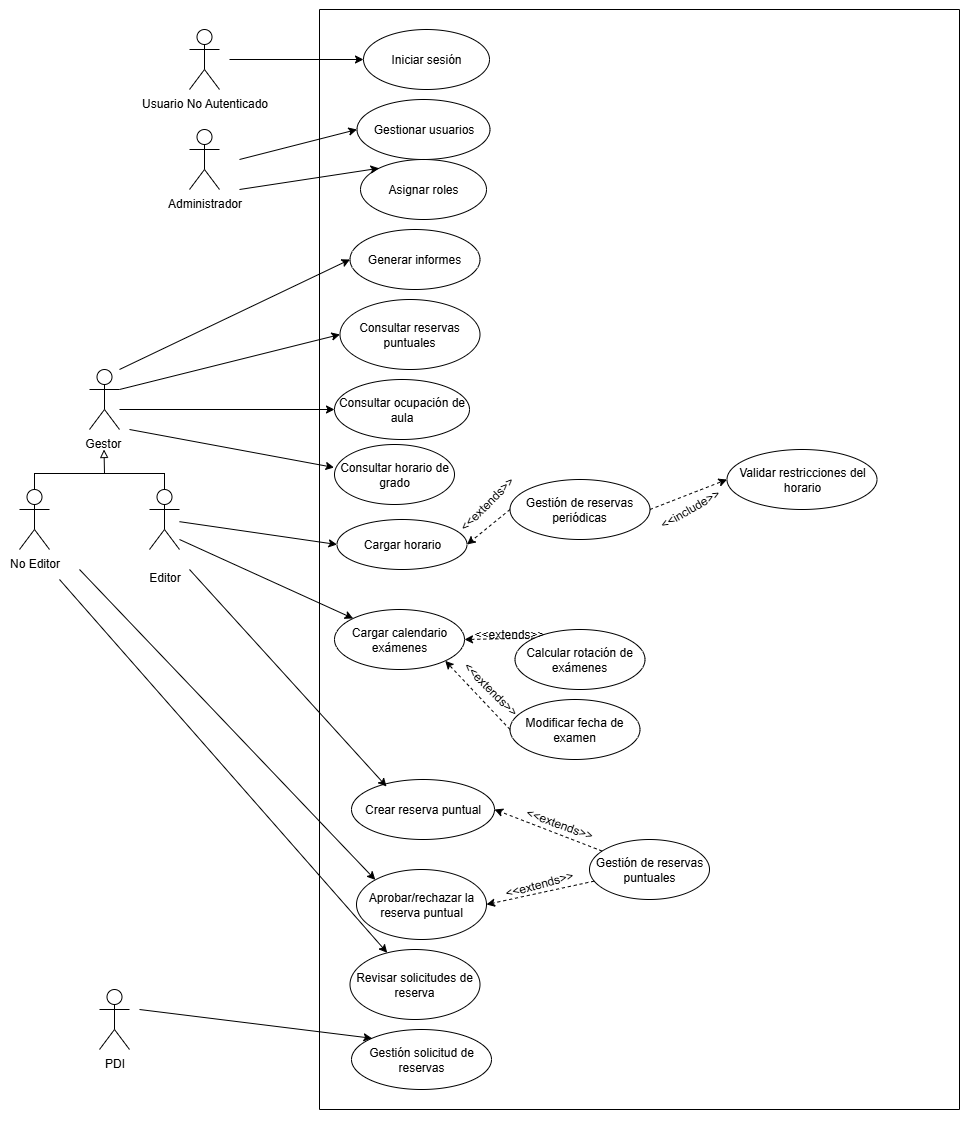
Above: doc/img/Diagrama de casos de uso.png in rebecacuestaestepar/Trabajo-Fin-de-Grado-2025-2026 (draw.io), before the change. Source tidied: cells renumbered, new cells last; positions are measured from the earlier drawing's top-left corner, leaving out a move shared by most shapes.
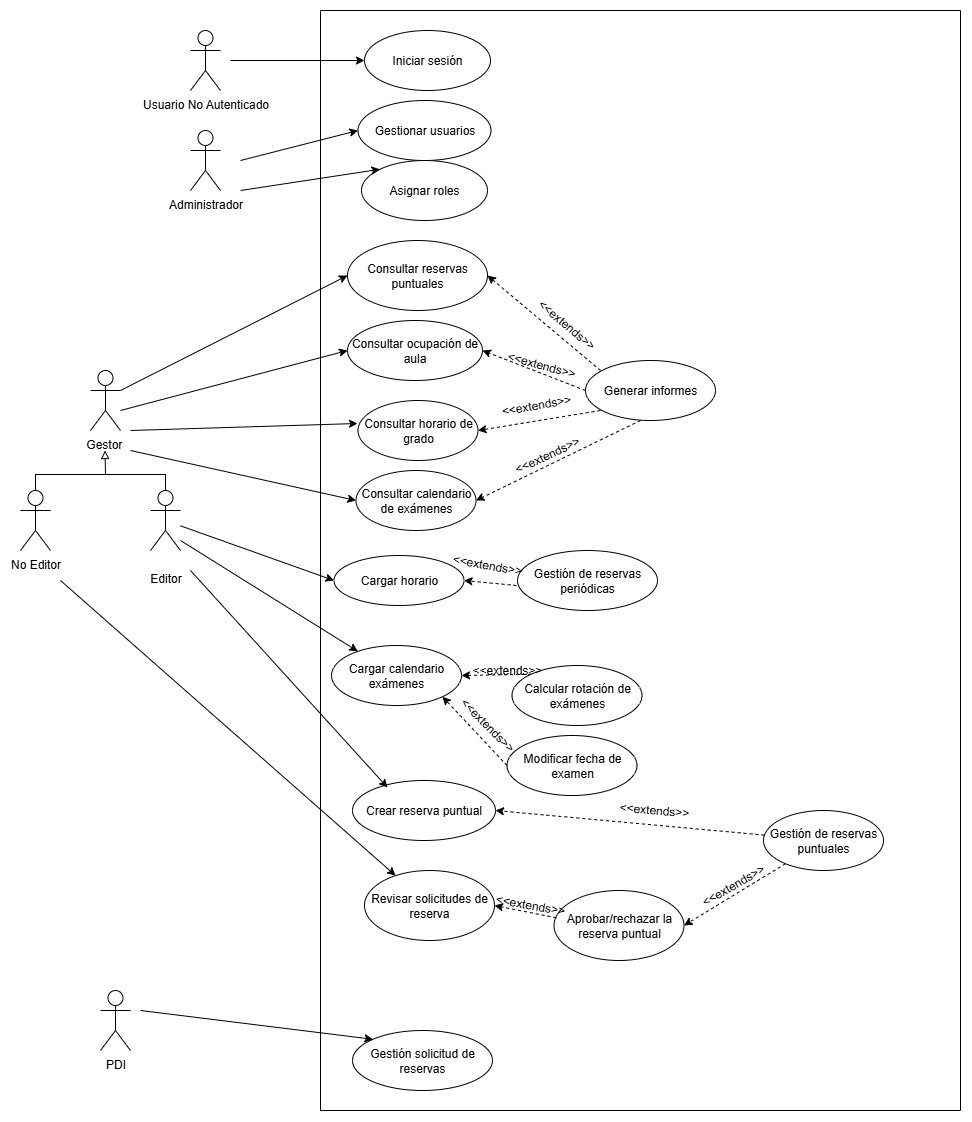
Above is the later version.

Commit message:
Actualización diagrama casos de uso

What changed in the source:
```diff
@@ -27,46 +27,43 @@
       <mxGeometry x="332" y="770" width="143" height="60" as="geometry" />
     </mxCell>
     <mxCell id="10" value="Gestión de reservas puntuales" style="ellipse;whiteSpace=wrap;html=1;" parent="1" vertex="1">
-      <mxGeometry x="570" y="830" width="120" height="60" as="geometry" />
+      <mxGeometry x="743" y="800" width="120" height="60" as="geometry" />
     </mxCell>
     <mxCell id="11" value="Gestión solicitud de reservas" style="ellipse;whiteSpace=wrap;html=1;" parent="1" vertex="1">
       <mxGeometry x="332" y="1020" width="140" height="60" as="geometry" />
     </mxCell>
     <mxCell id="12" value="Aprobar/rechazar la reserva puntual" style="ellipse;whiteSpace=wrap;html=1;" parent="1" vertex="1">
-      <mxGeometry x="337" y="860" width="130" height="70" as="geometry" />
+      <mxGeometry x="533.5" y="880" width="130" height="70" as="geometry" />
     </mxCell>
     <mxCell id="13" value="Revisar solicitudes de reserva" style="ellipse;whiteSpace=wrap;html=1;" parent="1" vertex="1">
-      <mxGeometry x="330.5" y="940" width="130" height="70" as="geometry" />
+      <mxGeometry x="344" y="860" width="130" height="70" as="geometry" />
     </mxCell>
     <mxCell id="14" value="Gestión de reservas periódicas" style="ellipse;whiteSpace=wrap;html=1;" parent="1" vertex="1">
-      <mxGeometry x="490.5" y="470" width="140" height="60" as="geometry" />
+      <mxGeometry x="497" y="540" width="140" height="60" as="geometry" />
     </mxCell>
     <mxCell id="15" value="Cargar horario" style="ellipse;whiteSpace=wrap;html=1;" parent="1" vertex="1">
-      <mxGeometry x="317.5" y="510" width="130" height="50" as="geometry" />
+      <mxGeometry x="313.5" y="545" width="130" height="50" as="geometry" />
     </mxCell>
-    <mxCell id="16" value="Validar restricciones del horario" style="ellipse;whiteSpace=wrap;html=1;" parent="1" vertex="1">
-      <mxGeometry x="707.5" y="440" width="150" height="60" as="geometry" />
-    </mxCell>
     <mxCell id="17" value="Consultar ocupación de aula" style="ellipse;whiteSpace=wrap;html=1;" parent="1" vertex="1">
-      <mxGeometry x="315" y="370" width="135" height="60" as="geometry" />
+      <mxGeometry x="327" y="310" width="135" height="60" as="geometry" />
     </mxCell>
     <mxCell id="18" value="Consultar horario de grado" style="ellipse;whiteSpace=wrap;html=1;" parent="1" vertex="1">
-      <mxGeometry x="315" y="435" width="120" height="60" as="geometry" />
+      <mxGeometry x="337.5" y="390" width="120" height="60" as="geometry" />
     </mxCell>
     <mxCell id="19" value="Consultar reservas puntuales" style="ellipse;whiteSpace=wrap;html=1;" parent="1" vertex="1">
-      <mxGeometry x="320.5" y="290" width="140" height="70" as="geometry" />
+      <mxGeometry x="327" y="230" width="140" height="70" as="geometry" />
     </mxCell>
     <mxCell id="20" value="Cargar calendario exámenes" style="ellipse;whiteSpace=wrap;html=1;" parent="1" vertex="1">
-      <mxGeometry x="315" y="600" width="130" height="60" as="geometry" />
+      <mxGeometry x="311" y="635" width="130" height="60" as="geometry" />
     </mxCell>
     <mxCell id="21" value="Calcular rotación de exámenes" style="ellipse;whiteSpace=wrap;html=1;" parent="1" vertex="1">
-      <mxGeometry x="495.5" y="620" width="130" height="60" as="geometry" />
+      <mxGeometry x="491.5" y="655" width="130" height="60" as="geometry" />
     </mxCell>
     <mxCell id="22" value="Modificar fecha de examen" style="ellipse;whiteSpace=wrap;html=1;" parent="1" vertex="1">
-      <mxGeometry x="490.5" y="690" width="130" height="60" as="geometry" />
+      <mxGeometry x="486.5" y="725" width="130" height="60" as="geometry" />
     </mxCell>
     <mxCell id="23" value="Generar informes" style="ellipse;whiteSpace=wrap;html=1;" parent="1" vertex="1">
-      <mxGeometry x="330.5" y="220" width="130" height="60" as="geometry" />
+      <mxGeometry x="565" y="350" width="130" height="60" as="geometry" />
     </mxCell>
     <mxCell id="24" style="endArrow=none;html=1;rounded=0;" parent="1" edge="1">
       <mxGeometry relative="1" as="geometry">
@@ -92,35 +89,27 @@
         <mxPoint x="940" as="targetPoint" />
       </mxGeometry>
     </mxCell>
-    <mxCell id="28" style="endArrow=classic;html=1;rounded=0;entryX=0;entryY=0.5;entryDx=0;entryDy=0;dashed=1;" parent="1" edge="1" target="16">
-      <mxGeometry relative="1" as="geometry">
-        <mxPoint x="630.5" y="500" as="sourcePoint" />
-      </mxGeometry>
-    </mxCell>
     <mxCell id="29" style="endArrow=classic;html=1;rounded=0;entryX=1;entryY=0.5;entryDx=0;entryDy=0;dashed=1;" parent="1" edge="1" target="15">
       <mxGeometry relative="1" as="geometry">
-        <mxPoint x="490.5" y="500" as="sourcePoint" />
+        <mxPoint x="496" y="575" as="sourcePoint" />
       </mxGeometry>
     </mxCell>
-    <mxCell id="30" value="&amp;lt;&amp;lt;extends&amp;gt;&amp;gt;" style="text;html=1;align=center;verticalAlign=middle;whiteSpace=wrap;rounded=0;rotation=-45;" parent="1" vertex="1">
-      <mxGeometry x="437.5" y="480" width="60" height="30" as="geometry" />
+    <mxCell id="30" value="&amp;lt;&amp;lt;extends&amp;gt;&amp;gt;" style="text;html=1;align=center;verticalAlign=middle;whiteSpace=wrap;rounded=0;rotation=10;" parent="1" vertex="1">
+      <mxGeometry x="437" y="540" width="60" height="30" as="geometry" />
     </mxCell>
-    <mxCell id="31" value="&amp;lt;&amp;lt;include&amp;gt;&amp;gt;" style="text;html=1;align=center;verticalAlign=middle;whiteSpace=wrap;rounded=0;rotation=-30;" parent="1" vertex="1">
-      <mxGeometry x="640.5" y="485" width="60" height="30" as="geometry" />
-    </mxCell>
     <mxCell id="32" style="endArrow=classic;html=1;rounded=0;entryX=1;entryY=0.5;entryDx=0;entryDy=0;exitX=0;exitY=0;exitDx=0;exitDy=0;dashed=1;" parent="1" edge="1" source="21" target="20">
       <mxGeometry relative="1" as="geometry" />
     </mxCell>
     <mxCell id="33" style="endArrow=classic;html=1;rounded=0;entryX=1;entryY=1;entryDx=0;entryDy=0;dashed=1;" parent="1" edge="1" target="20">
       <mxGeometry relative="1" as="geometry">
-        <mxPoint x="490.5" y="720" as="sourcePoint" />
+        <mxPoint x="486.5" y="755" as="sourcePoint" />
       </mxGeometry>
     </mxCell>
     <mxCell id="34" value="&amp;lt;&amp;lt;extends&amp;gt;&amp;gt;" style="text;html=1;align=center;verticalAlign=middle;whiteSpace=wrap;rounded=0;" parent="1" vertex="1">
-      <mxGeometry x="460.5" y="610" width="60" height="30" as="geometry" />
+      <mxGeometry x="456.5" y="645" width="60" height="30" as="geometry" />
     </mxCell>
     <mxCell id="35" value="&amp;lt;&amp;lt;extends&amp;gt;&amp;gt;" style="text;html=1;align=center;verticalAlign=middle;whiteSpace=wrap;rounded=0;rotation=45;" parent="1" vertex="1">
-      <mxGeometry x="441" y="665" width="60" height="30" as="geometry" />
+      <mxGeometry x="437" y="700" width="60" height="30" as="geometry" />
     </mxCell>
     <mxCell id="36" style="endArrow=classic;html=1;rounded=0;entryX=1;entryY=0.5;entryDx=0;entryDy=0;dashed=1;" parent="1" edge="1" source="10" target="12">
       <mxGeometry relative="1" as="geometry" />
@@ -128,11 +117,11 @@
     <mxCell id="37" style="endArrow=classic;html=1;rounded=0;entryX=1;entryY=0.5;entryDx=0;entryDy=0;dashed=1;" parent="1" edge="1" source="10" target="9">
       <mxGeometry relative="1" as="geometry" />
     </mxCell>
-    <mxCell id="38" value="&amp;lt;&amp;lt;extends&amp;gt;&amp;gt;" style="text;html=1;align=center;verticalAlign=middle;whiteSpace=wrap;rounded=0;rotation=20;" parent="1" vertex="1">
-      <mxGeometry x="510" y="800" width="60" height="30" as="geometry" />
+    <mxCell id="38" value="&amp;lt;&amp;lt;extends&amp;gt;&amp;gt;" style="text;html=1;align=center;verticalAlign=middle;whiteSpace=wrap;rounded=0;rotation=5;" parent="1" vertex="1">
+      <mxGeometry x="603.5" y="785" width="60" height="30" as="geometry" />
     </mxCell>
-    <mxCell id="39" value="&amp;lt;&amp;lt;extends&amp;gt;&amp;gt;" style="text;html=1;align=center;verticalAlign=middle;whiteSpace=wrap;rounded=0;rotation=-15;" parent="1" vertex="1">
-      <mxGeometry x="490.5" y="860" width="60" height="30" as="geometry" />
+    <mxCell id="39" value="&amp;lt;&amp;lt;extends&amp;gt;&amp;gt;" style="text;html=1;align=center;verticalAlign=middle;whiteSpace=wrap;rounded=0;rotation=-30;" parent="1" vertex="1">
+      <mxGeometry x="683" y="860" width="60" height="30" as="geometry" />
     </mxCell>
     <mxCell id="40" style="endArrow=classic;html=1;rounded=0;entryX=0;entryY=0.5;entryDx=0;entryDy=0;" parent="1" edge="1" target="6">
       <mxGeometry relative="1" as="geometry">
@@ -155,11 +144,6 @@
     <mxCell id="44" style="endArrow=classic;html=1;rounded=0;entryX=0;entryY=0.5;entryDx=0;entryDy=0;" parent="1" edge="1" source="43" target="15">
       <mxGeometry relative="1" as="geometry" />
     </mxCell>
-    <mxCell id="45" style="endArrow=classic;html=1;rounded=0;entryX=0;entryY=0.5;entryDx=0;entryDy=0;" parent="1" edge="1" target="23">
-      <mxGeometry relative="1" as="geometry">
-        <mxPoint x="100" y="360" as="sourcePoint" />
-      </mxGeometry>
-    </mxCell>
     <mxCell id="46" style="endArrow=classic;html=1;rounded=0;entryX=0;entryY=0.5;entryDx=0;entryDy=0;" parent="1" edge="1" target="19">
       <mxGeometry relative="1" as="geometry">
         <mxPoint x="100" y="380" as="sourcePoint" />
@@ -185,11 +169,6 @@
         <mxPoint x="40" y="570" as="sourcePoint" />
       </mxGeometry>
     </mxCell>
-    <mxCell id="51" style="endArrow=classic;html=1;rounded=0;entryX=0;entryY=0;entryDx=0;entryDy=0;" parent="1" edge="1" target="12">
-      <mxGeometry relative="1" as="geometry">
-        <mxPoint x="60" y="560" as="sourcePoint" />
-      </mxGeometry>
-    </mxCell>
     <mxCell id="52" style="endArrow=classic;html=1;rounded=0;entryX=0.245;entryY=0.117;entryDx=0;entryDy=0;entryPerimeter=0;" parent="1" edge="1" target="9">
       <mxGeometry relative="1" as="geometry">
         <mxPoint x="170" y="560" as="sourcePoint" />
@@ -225,5 +204,49 @@
         <mxPoint x="15" y="463.5" as="sourcePoint" />
       </mxGeometry>
     </mxCell>
+    <mxCell id="59" style="endArrow=classic;html=1;rounded=0;entryX=1;entryY=0.5;entryDx=0;entryDy=0;dashed=1;" parent="1" edge="1" target="19">
+      <mxGeometry relative="1" as="geometry">
+        <mxPoint x="580" y="360" as="sourcePoint" />
+      </mxGeometry>
+    </mxCell>
+    <mxCell id="60" style="endArrow=classic;html=1;rounded=0;entryX=1;entryY=0.5;entryDx=0;entryDy=0;exitX=0;exitY=0.5;exitDx=0;exitDy=0;dashed=1;" parent="1" edge="1" source="23" target="17">
+      <mxGeometry relative="1" as="geometry" />
+    </mxCell>
+    <mxCell id="61" style="endArrow=classic;html=1;rounded=0;entryX=1;entryY=0.5;entryDx=0;entryDy=0;dashed=1;" parent="1" edge="1" target="18">
+      <mxGeometry relative="1" as="geometry">
+        <mxPoint x="580" y="400" as="sourcePoint" />
+      </mxGeometry>
+    </mxCell>
+    <mxCell id="62" value="Consultar calendario de exámenes" style="ellipse;whiteSpace=wrap;html=1;" parent="1" vertex="1">
+      <mxGeometry x="335.5" y="460" width="120" height="60" as="geometry" />
+    </mxCell>
+    <mxCell id="63" style="endArrow=classic;html=1;rounded=0;entryX=0;entryY=0.5;entryDx=0;entryDy=0;" parent="1" edge="1" target="62">
+      <mxGeometry relative="1" as="geometry">
+        <mxPoint x="110" y="440" as="sourcePoint" />
+      </mxGeometry>
+    </mxCell>
+    <mxCell id="64" style="endArrow=classic;html=1;rounded=0;entryX=1;entryY=0.5;entryDx=0;entryDy=0;dashed=1;" parent="1" edge="1" target="62">
+      <mxGeometry relative="1" as="geometry">
+        <mxPoint x="620" y="410" as="sourcePoint" />
+      </mxGeometry>
+    </mxCell>
+    <mxCell id="65" value="&amp;lt;&amp;lt;extends&amp;gt;&amp;gt;" style="text;html=1;align=center;verticalAlign=middle;whiteSpace=wrap;rounded=0;rotation=40;" parent="1" vertex="1">
+      <mxGeometry x="516.5" y="300" width="60" height="30" as="geometry" />
+    </mxCell>
+    <mxCell id="66" value="&amp;lt;&amp;lt;extends&amp;gt;&amp;gt;" style="text;html=1;align=center;verticalAlign=middle;whiteSpace=wrap;rounded=0;rotation=15;" parent="1" vertex="1">
+      <mxGeometry x="491.5" y="340" width="60" height="30" as="geometry" />
+    </mxCell>
+    <mxCell id="67" value="&amp;lt;&amp;lt;extends&amp;gt;&amp;gt;" style="text;html=1;align=center;verticalAlign=middle;whiteSpace=wrap;rounded=0;rotation=-10;" parent="1" vertex="1">
+      <mxGeometry x="486.5" y="380" width="60" height="30" as="geometry" />
+    </mxCell>
+    <mxCell id="68" value="&amp;lt;&amp;lt;extends&amp;gt;&amp;gt;" style="text;html=1;align=center;verticalAlign=middle;whiteSpace=wrap;rounded=0;rotation=-25;" parent="1" vertex="1">
+      <mxGeometry x="497" y="430" width="60" height="30" as="geometry" />
+    </mxCell>
+    <mxCell id="69" style="endArrow=classic;html=1;rounded=0;entryX=1;entryY=0.5;entryDx=0;entryDy=0;exitX=0.018;exitY=0.389;exitDx=0;exitDy=0;exitPerimeter=0;dashed=1;" parent="1" edge="1" source="12" target="13">
+      <mxGeometry relative="1" as="geometry" />
+    </mxCell>
+    <mxCell id="70" value="&amp;lt;&amp;lt;extends&amp;gt;&amp;gt;" style="text;html=1;align=center;verticalAlign=middle;whiteSpace=wrap;rounded=0;rotation=10;" parent="1" vertex="1">
+      <mxGeometry x="480" y="880" width="60" height="30" as="geometry" />
+    </mxCell>
   </root>
 </mxGraphModel>
```
